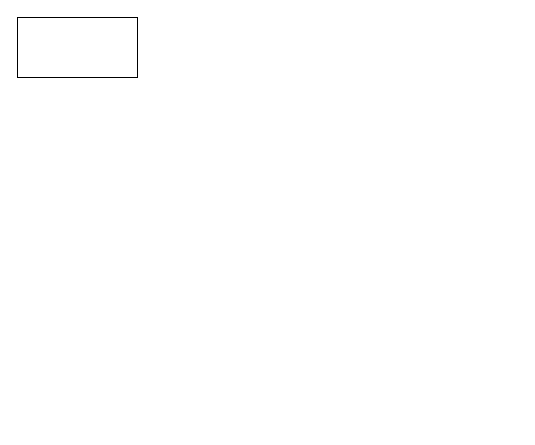
MikkelBirkeholm/animal-gallery-opgave keeps this draw.io diagram as assets/Unavngivet diagram.drawio. Above is the earlier version. Source tidied: cells renumbered, new cells numbered last; positions are measured from the earlier drawing's top-left corner, leaving out a move shared by most shapes. Both pictures are drawn from the tidied source at 100%, with x=0, y=0 at pixel (17, 17).
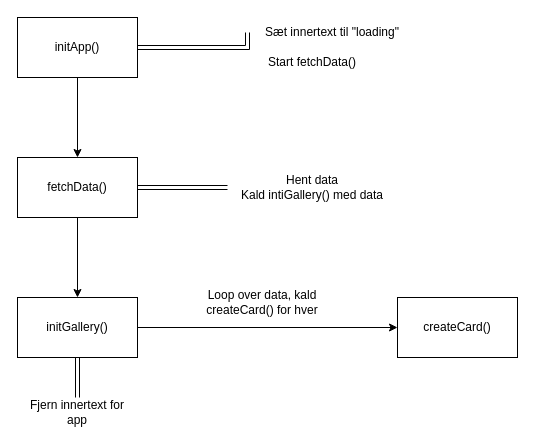
The same page after the edit.

Commit message:
Lidt mere detalje

Change to the diagram source:
```diff
@@
 <mxGraphModel>
   <root>
     <mxCell id="0" />
     <mxCell id="1" parent="0" />
+    <mxCell id="3" style="edgeStyle=orthogonalEdgeStyle;rounded=0;jettySize=auto;html=1;" parent="1" edge="1" source="2" target="5">
+      <mxGeometry relative="1" as="geometry" />
+    </mxCell>
-    <mxCell id="2" style="rounded=0;whiteSpace=wrap;html=1;" parent="1" vertex="1">
+    <mxCell id="2" value="initApp()" style="rounded=0;whiteSpace=wrap;html=1;glass=0;shadow=0;" parent="1" vertex="1">
       <mxGeometry width="120" height="60" as="geometry" />
     </mxCell>
+    <mxCell id="4" style="edgeStyle=orthogonalEdgeStyle;rounded=0;jettySize=auto;html=1;" parent="1" edge="1" source="5" target="12">
+      <mxGeometry relative="1" as="geometry" />
+    </mxCell>
+    <mxCell id="5" value="fetchData()" style="rounded=0;whiteSpace=wrap;html=1;" parent="1" vertex="1">
+      <mxGeometry y="140" width="120" height="60" as="geometry" />
+    </mxCell>
+    <mxCell id="6" style="edgeStyle=orthogonalEdgeStyle;rounded=0;jettySize=auto;html=1;exitX=0;exitY=0.5;exitDx=0;exitDy=0;entryX=1;entryY=0.5;entryDx=0;entryDy=0;shape=link;" parent="1" edge="1" source="7" target="2">
+      <mxGeometry relative="1" as="geometry">
+        <Array as="points">
+          <mxPoint x="230" y="30" />
+        </Array>
+      </mxGeometry>
+    </mxCell>
+    <mxCell id="7" value="Sæt innertext til &quot;loading&quot;" style="text;html=1;strokeColor=none;fillColor=none;align=center;verticalAlign=middle;whiteSpace=wrap;rounded=0;" parent="1" vertex="1">
+      <mxGeometry x="230" width="170" height="30" as="geometry" />
+    </mxCell>
+    <mxCell id="8" value="Start fetchData()" style="text;html=1;strokeColor=none;fillColor=none;align=center;verticalAlign=middle;whiteSpace=wrap;rounded=0;" parent="1" vertex="1">
+      <mxGeometry x="235" y="30" width="120" height="30" as="geometry" />
+    </mxCell>
+    <mxCell id="9" style="edgeStyle=orthogonalEdgeStyle;rounded=0;jettySize=auto;html=1;exitX=0;exitY=0.5;exitDx=0;exitDy=0;entryX=1;entryY=0.5;entryDx=0;entryDy=0;shape=link;" parent="1" edge="1" source="10" target="5">
+      <mxGeometry relative="1" as="geometry" />
+    </mxCell>
+    <mxCell id="10" value="Hent data&lt;br&gt;Kald intiGallery() med data" style="text;html=1;strokeColor=none;fillColor=none;align=center;verticalAlign=middle;whiteSpace=wrap;rounded=0;" parent="1" vertex="1">
+      <mxGeometry x="210" y="155" width="170" height="30" as="geometry" />
+    </mxCell>
+    <mxCell id="11" style="edgeStyle=orthogonalEdgeStyle;rounded=0;jettySize=auto;html=1;" parent="1" edge="1" source="12" target="16">
+      <mxGeometry relative="1" as="geometry" />
+    </mxCell>
+    <mxCell id="12" value="initGallery()" style="rounded=0;whiteSpace=wrap;html=1;" parent="1" vertex="1">
+      <mxGeometry y="280" width="120" height="60" as="geometry" />
+    </mxCell>
+    <mxCell id="13" value="Loop over data, kald createCard() for hver" style="text;html=1;strokeColor=none;fillColor=none;align=center;verticalAlign=middle;whiteSpace=wrap;rounded=0;" parent="1" vertex="1">
+      <mxGeometry x="160" y="270" width="170" height="30" as="geometry" />
+    </mxCell>
+    <mxCell id="14" style="edgeStyle=orthogonalEdgeStyle;shape=link;rounded=0;jettySize=auto;html=1;exitX=0.5;exitY=0;exitDx=0;exitDy=0;" parent="1" edge="1" source="15" target="12">
+      <mxGeometry relative="1" as="geometry" />
+    </mxCell>
+    <mxCell id="15" value="Fjern innertext for app" style="text;html=1;strokeColor=none;fillColor=none;align=center;verticalAlign=middle;whiteSpace=wrap;rounded=0;" parent="1" vertex="1">
+      <mxGeometry x="10" y="380" width="100" height="30" as="geometry" />
+    </mxCell>
+    <mxCell id="16" value="createCard()" style="rounded=0;whiteSpace=wrap;html=1;" parent="1" vertex="1">
+      <mxGeometry x="380" y="280" width="120" height="60" as="geometry" />
+    </mxCell>
   </root>
 </mxGraphModel>
```
